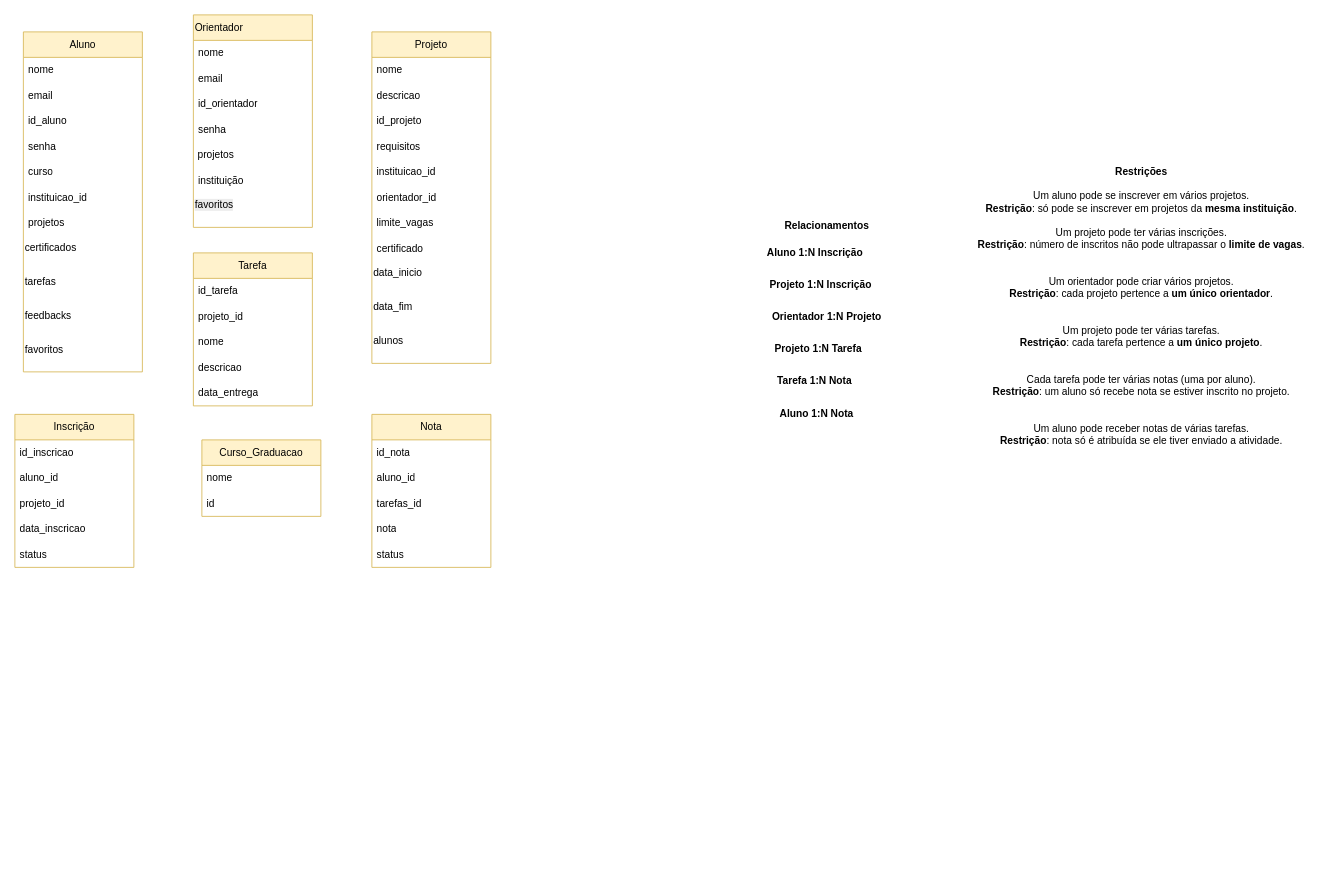
This is page "Entidades e Restrições" (4 of 5) of Sprint2/Sprint2.drawio from BabiDoo/TI2-GRUPO25, a draw.io file, before an edit. Source tidied: cells renumbered, new cells numbered last; positions are measured from the earlier drawing's top-left corner, leaving out a move shared by most shapes. Both pictures are drawn from the tidied source at 85%, with x=0, y=0 at pixel (14, 14).
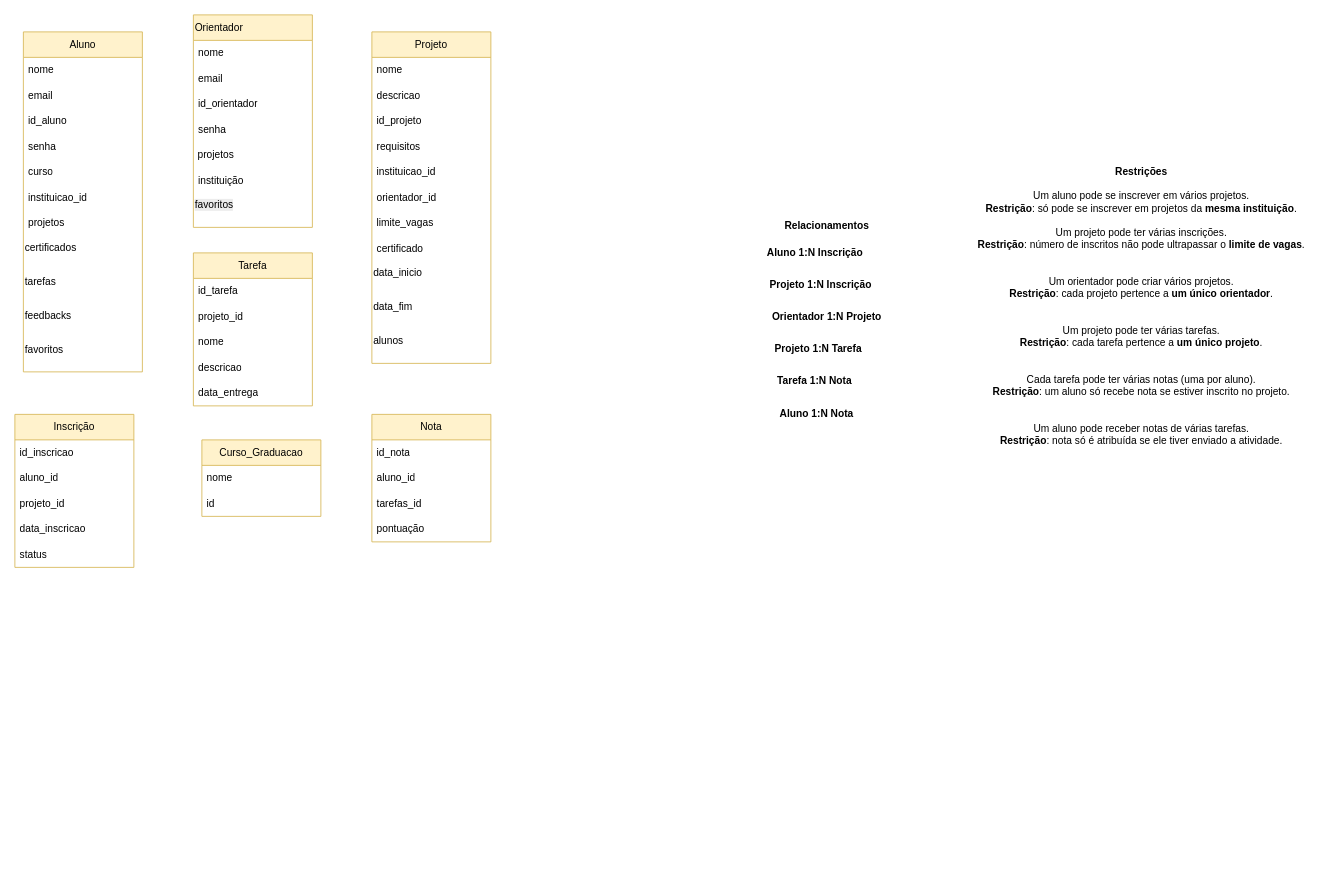
Above is the later version.

Diff of the diagram source:
```diff
@@
     <mxCell id="14" value="Nota" style="swimlane;fontStyle=0;horizontal=1;startSize=30;whiteSpace=wrap;html=1;fillColor=#fff2cc;strokeColor=#d6b656;" parent="1" vertex="1">
-      <mxGeometry x="420" y="470" width="140" height="180" as="geometry" />
+      <mxGeometry x="420" y="470" width="140" height="150" as="geometry" />
     </mxCell>
@@
-    <mxCell id="18" value="nota" style="text;strokeColor=none;fillColor=none;align=left;verticalAlign=middle;spacingLeft=4;spacingRight=4;overflow=hidden;whiteSpace=wrap;html=1;" parent="14" vertex="1">
+    <mxCell id="18" value="pontuação" style="text;strokeColor=none;fillColor=none;align=left;verticalAlign=middle;spacingLeft=4;spacingRight=4;overflow=hidden;whiteSpace=wrap;html=1;" parent="14" vertex="1">
       <mxGeometry y="120" width="140" height="30" as="geometry" />
     </mxCell>
-    <mxCell id="19" value="status" style="text;strokeColor=none;fillColor=none;align=left;verticalAlign=middle;spacingLeft=4;spacingRight=4;overflow=hidden;whiteSpace=wrap;html=1;" parent="14" vertex="1">
-      <mxGeometry y="150" width="140" height="30" as="geometry" />
-    </mxCell>
```
